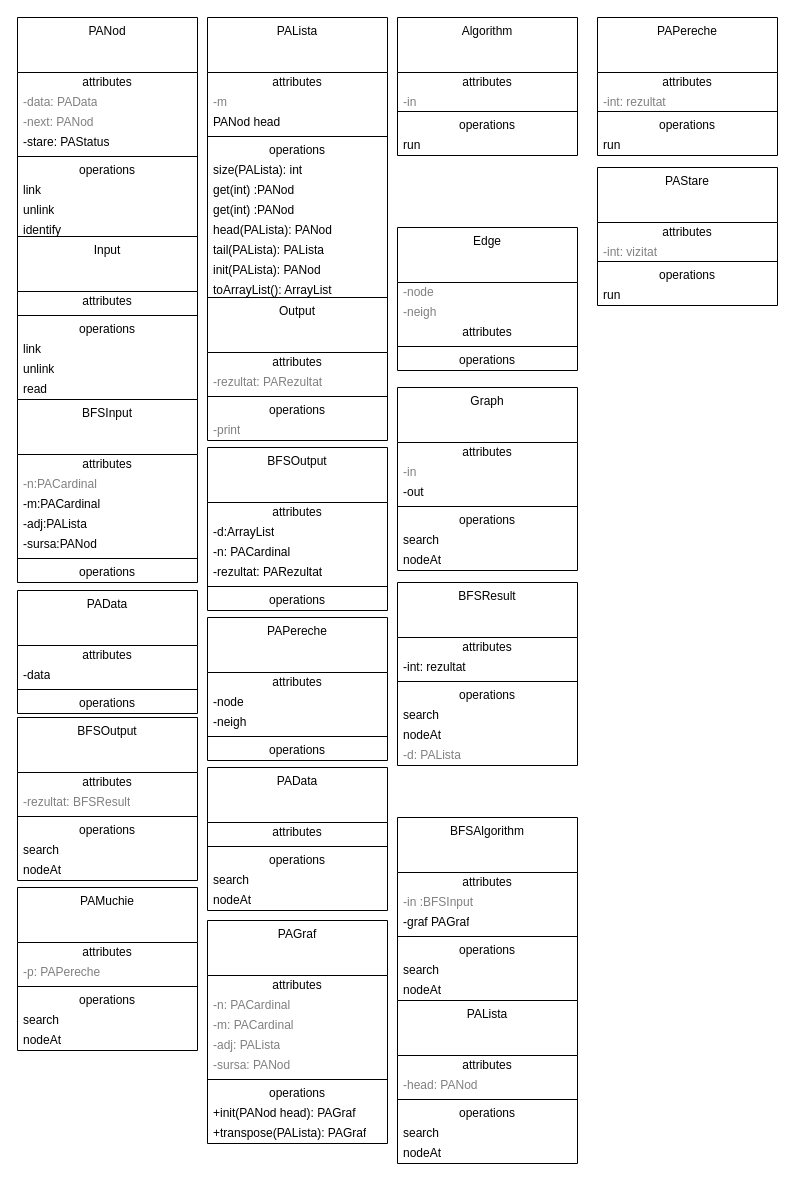
This is test.drawio from Cristof17/PALibrary, a draw.io file, before an edit. Source tidied: cells renumbered, new cells numbered last; positions are measured from the earlier drawing's top-left corner, leaving out a move shared by most shapes. Both pictures are drawn from the tidied source at 100%, with x=0, y=0 at pixel (17, 17).
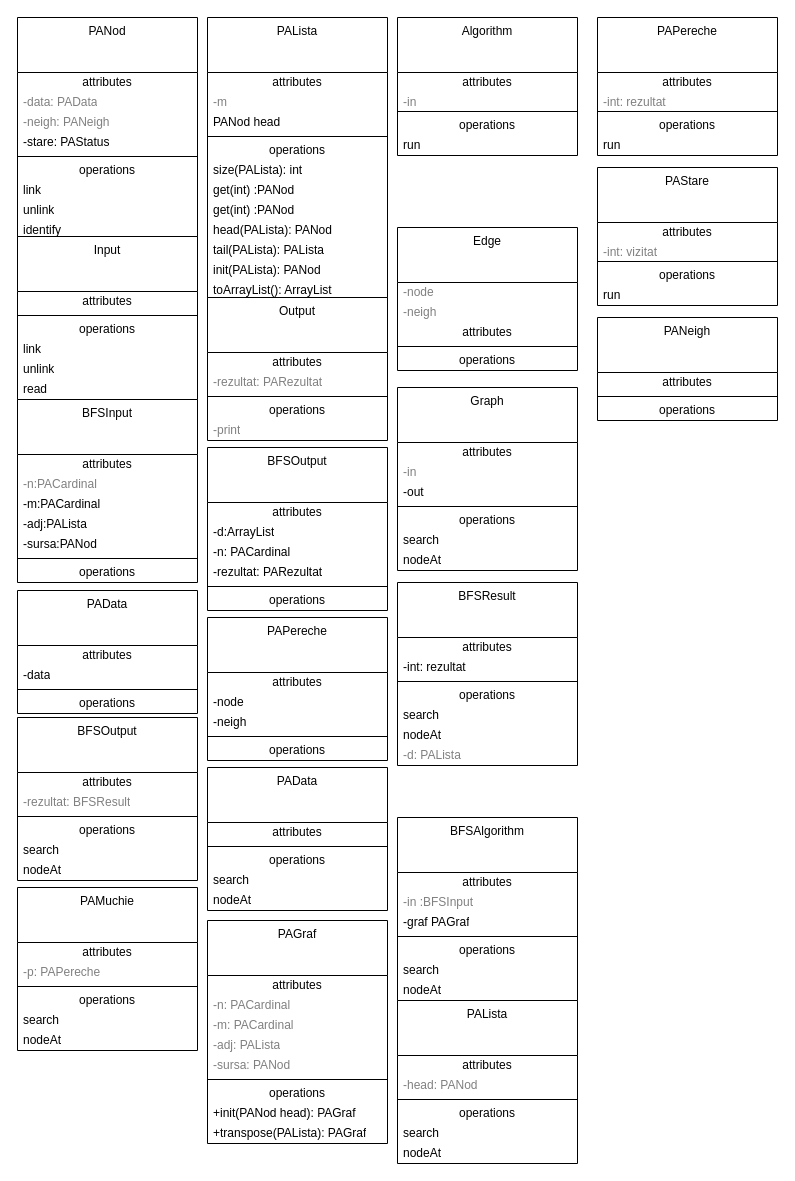
Above is the later version.

Commit message:
added rm PANeigh in Makefile

Unchanged cells that the change refers to:
```xml
<mxCell id="2" value="PANod" style="swimlane;fontStyle=0;align=center;verticalAlign=top;horizontal=1;startSize=55;html=1;whiteSpace=wrap;" parent="1" vertex="1">
  <mxGeometry width="180" height="223" as="geometry" />
</mxCell>
```

Diff of the diagram source:
```diff
@@
-    <mxCell id="5" value="-next: PANod" style="text;html=1;strokeColor=none;fillColor=none;align=left;verticalAlign=middle;spacingLeft=4;spacingRight=4;overflow=hidden;fontColor=#808080;whiteSpace=wrap;" parent="2" vertex="1">
+    <mxCell id="5" value="-neigh: PANeigh" style="text;html=1;strokeColor=none;fillColor=none;align=left;verticalAlign=middle;spacingLeft=4;spacingRight=4;overflow=hidden;fontColor=#808080;whiteSpace=wrap;" parent="2" vertex="1">
       <mxGeometry y="95" width="180" height="20" as="geometry" />
     </mxCell>
@@
+    <mxCell id="149" value="PANeigh" style="swimlane;fontStyle=0;align=center;verticalAlign=top;horizontal=1;startSize=55;html=1;whiteSpace=wrap;" parent="1" vertex="1">
+      <mxGeometry x="580" y="300" width="180" height="103" as="geometry" />
+    </mxCell>
+    <mxCell id="150" value="attributes" style="text;html=1;strokeColor=none;fillColor=none;align=center;verticalAlign=middle;spacingLeft=4;spacingRight=4;overflow=hidden;whiteSpace=wrap;" parent="149" vertex="1">
+      <mxGeometry y="55" width="180" height="20" as="geometry" />
+    </mxCell>
+    <mxCell id="151" style="line;strokeWidth=1;fillColor=none;align=left;verticalAlign=middle;spacingTop=-1;spacingLeft=3;spacingRight=3;labelPosition=right;" parent="149" vertex="1">
+      <mxGeometry y="75" width="180" height="8" as="geometry" />
+    </mxCell>
+    <mxCell id="152" value="operations" style="text;html=1;strokeColor=none;fillColor=none;align=center;verticalAlign=middle;spacingLeft=4;spacingRight=4;overflow=hidden;whiteSpace=wrap;" parent="149" vertex="1">
+      <mxGeometry y="83" width="180" height="20" as="geometry" />
+    </mxCell>
```
